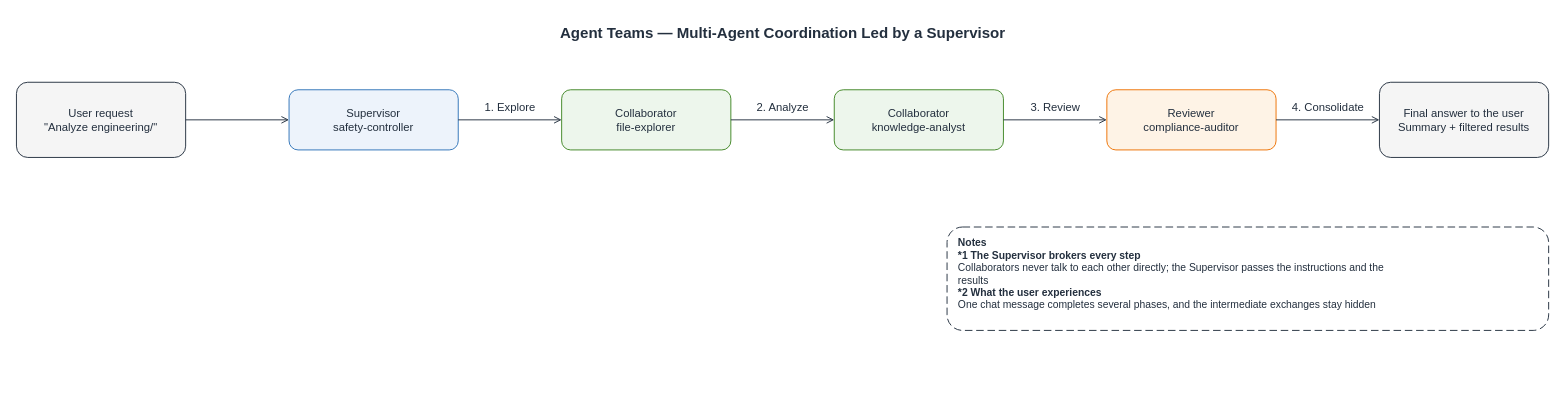
This is docs/diagrams/part3-agent-teams-en.drawio from Yoshiki0705/FSx-for-ONTAP-S3AccessPoints-Serverless-Patterns, a draw.io file, before an edit. Source tidied: cells renumbered, new cells numbered last; positions are measured from the earlier drawing's top-left corner, leaving out a move shared by most shapes. Both pictures are drawn from the tidied source at 94%, with x=0, y=0 at pixel (16, 16).
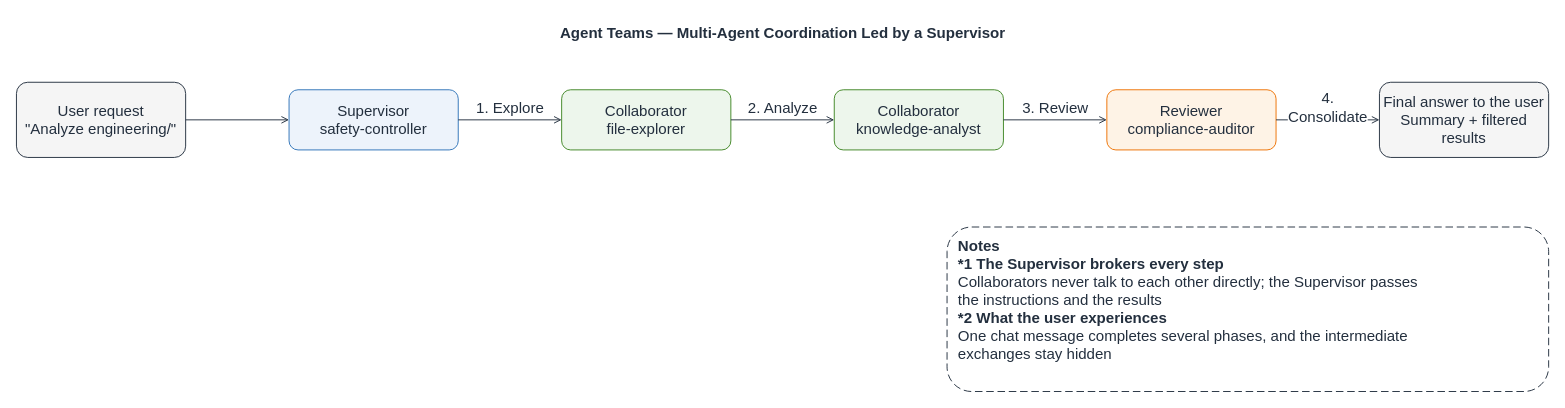
After the change.

Change to the diagram source:
```diff
@@
 <mxGraphModel background="#FFFFFF">
   <root>
     <mxCell id="0" />
     <mxCell id="1" parent="0" />
     <mxCell id="2" value="Agent Teams — Multi-Agent Coordination Led by a Supervisor" style="text;html=1;align=center;verticalAlign=middle;fontSize=16;fontStyle=1;fontColor=#232F3E;" parent="1" vertex="1">
       <mxGeometry width="1630" height="34" as="geometry" />
     </mxCell>
-    <mxCell id="3" value="User request&lt;br&gt;&amp;quot;Analyze engineering/&amp;quot;" style="rounded=1;whiteSpace=wrap;html=1;dashed=0;strokeColor=#232F3E;fillColor=#F5F5F5;align=center;verticalAlign=middle;fontSize=12;fontColor=#232F3E;" parent="1" vertex="1">
+    <mxCell id="3" value="User request&lt;br&gt;&amp;quot;Analyze engineering/&amp;quot;" style="rounded=1;whiteSpace=wrap;html=1;dashed=0;strokeColor=#232F3E;fillColor=#F5F5F5;align=center;verticalAlign=middle;fontSize=16;fontColor=#232F3E;" parent="1" vertex="1">
       <mxGeometry y="70" width="180" height="80" as="geometry" />
     </mxCell>
-    <mxCell id="4" value="Supervisor&lt;br&gt;safety-controller" style="rounded=1;whiteSpace=wrap;html=1;dashed=0;strokeColor=#2E73B8;fillColor=#EDF3FB;align=center;verticalAlign=middle;fontSize=12;fontColor=#232F3E;" parent="1" vertex="1">
+    <mxCell id="4" value="Supervisor&lt;br&gt;safety-controller" style="rounded=1;whiteSpace=wrap;html=1;dashed=0;strokeColor=#2E73B8;fillColor=#EDF3FB;align=center;verticalAlign=middle;fontSize=16;fontColor=#232F3E;" parent="1" vertex="1">
       <mxGeometry x="290" y="78" width="180" height="64" as="geometry" />
     </mxCell>
-    <mxCell id="5" value="Collaborator&lt;br&gt;file-explorer" style="rounded=1;whiteSpace=wrap;html=1;dashed=0;strokeColor=#3F8624;fillColor=#EDF6EC;align=center;verticalAlign=middle;fontSize=12;fontColor=#232F3E;" parent="1" vertex="1">
+    <mxCell id="5" value="Collaborator&lt;br&gt;file-explorer" style="rounded=1;whiteSpace=wrap;html=1;dashed=0;strokeColor=#3F8624;fillColor=#EDF6EC;align=center;verticalAlign=middle;fontSize=16;fontColor=#232F3E;" parent="1" vertex="1">
       <mxGeometry x="580" y="78" width="180" height="64" as="geometry" />
     </mxCell>
-    <mxCell id="6" value="Collaborator&lt;br&gt;knowledge-analyst" style="rounded=1;whiteSpace=wrap;html=1;dashed=0;strokeColor=#3F8624;fillColor=#EDF6EC;align=center;verticalAlign=middle;fontSize=12;fontColor=#232F3E;" parent="1" vertex="1">
+    <mxCell id="6" value="Collaborator&lt;br&gt;knowledge-analyst" style="rounded=1;whiteSpace=wrap;html=1;dashed=0;strokeColor=#3F8624;fillColor=#EDF6EC;align=center;verticalAlign=middle;fontSize=16;fontColor=#232F3E;" parent="1" vertex="1">
       <mxGeometry x="870" y="78" width="180" height="64" as="geometry" />
     </mxCell>
-    <mxCell id="7" value="Reviewer&lt;br&gt;compliance-auditor" style="rounded=1;whiteSpace=wrap;html=1;dashed=0;strokeColor=#ED7100;fillColor=#FEF3E6;align=center;verticalAlign=middle;fontSize=12;fontColor=#232F3E;" parent="1" vertex="1">
+    <mxCell id="7" value="Reviewer&lt;br&gt;compliance-auditor" style="rounded=1;whiteSpace=wrap;html=1;dashed=0;strokeColor=#ED7100;fillColor=#FEF3E6;align=center;verticalAlign=middle;fontSize=16;fontColor=#232F3E;" parent="1" vertex="1">
       <mxGeometry x="1160" y="78" width="180" height="64" as="geometry" />
     </mxCell>
-    <mxCell id="8" value="Final answer to the user&lt;br&gt;Summary + filtered results" style="rounded=1;whiteSpace=wrap;html=1;dashed=0;strokeColor=#232F3E;fillColor=#F5F5F5;align=center;verticalAlign=middle;fontSize=12;fontColor=#232F3E;" parent="1" vertex="1">
+    <mxCell id="8" value="Final answer to the user&lt;br&gt;Summary + filtered results" style="rounded=1;whiteSpace=wrap;html=1;dashed=0;strokeColor=#232F3E;fillColor=#F5F5F5;align=center;verticalAlign=middle;fontSize=16;fontColor=#232F3E;" parent="1" vertex="1">
       <mxGeometry x="1450" y="70" width="180" height="80" as="geometry" />
     </mxCell>
-    <mxCell id="9" style="edgeStyle=orthogonalEdgeStyle;rounded=0;jettySize=auto;html=1;endArrow=open;endFill=0;strokeColor=#232F3E;strokeWidth=1;fontSize=12;fontColor=#232F3E;labelBackgroundColor=#ffffff;" parent="1" edge="1" source="3" target="4">
+    <mxCell id="9" style="edgeStyle=orthogonalEdgeStyle;rounded=0;jettySize=auto;html=1;endArrow=open;endFill=0;strokeColor=#232F3E;strokeWidth=1;fontSize=16;fontColor=#232F3E;labelBackgroundColor=#ffffff;" parent="1" edge="1" source="3" target="4">
       <mxGeometry relative="1" as="geometry" />
     </mxCell>
-    <mxCell id="10" value="1. Explore" style="edgeStyle=orthogonalEdgeStyle;rounded=0;jettySize=auto;html=1;endArrow=open;endFill=0;strokeColor=#232F3E;strokeWidth=1;fontSize=12;fontColor=#232F3E;labelBackgroundColor=#ffffff;" parent="1" edge="1" source="4" target="5">
+    <mxCell id="10" value="1. Explore" style="edgeStyle=orthogonalEdgeStyle;rounded=0;jettySize=auto;html=1;endArrow=open;endFill=0;strokeColor=#232F3E;strokeWidth=1;fontSize=16;fontColor=#232F3E;labelBackgroundColor=#ffffff;" parent="1" edge="1" source="4" target="5">
       <mxGeometry relative="1" as="geometry">
         <mxPoint y="-13" as="offset" />
       </mxGeometry>
     </mxCell>
-    <mxCell id="11" value="2. Analyze" style="edgeStyle=orthogonalEdgeStyle;rounded=0;jettySize=auto;html=1;endArrow=open;endFill=0;strokeColor=#232F3E;strokeWidth=1;fontSize=12;fontColor=#232F3E;labelBackgroundColor=#ffffff;" parent="1" edge="1" source="5" target="6">
+    <mxCell id="11" value="2. Analyze" style="edgeStyle=orthogonalEdgeStyle;rounded=0;jettySize=auto;html=1;endArrow=open;endFill=0;strokeColor=#232F3E;strokeWidth=1;fontSize=16;fontColor=#232F3E;labelBackgroundColor=#ffffff;" parent="1" edge="1" source="5" target="6">
       <mxGeometry relative="1" as="geometry">
         <mxPoint y="-13" as="offset" />
       </mxGeometry>
     </mxCell>
-    <mxCell id="12" value="3. Review" style="edgeStyle=orthogonalEdgeStyle;rounded=0;jettySize=auto;html=1;endArrow=open;endFill=0;strokeColor=#232F3E;strokeWidth=1;fontSize=12;fontColor=#232F3E;labelBackgroundColor=#ffffff;" parent="1" edge="1" source="6" target="7">
+    <mxCell id="12" value="3. Review" style="edgeStyle=orthogonalEdgeStyle;rounded=0;jettySize=auto;html=1;endArrow=open;endFill=0;strokeColor=#232F3E;strokeWidth=1;fontSize=16;fontColor=#232F3E;labelBackgroundColor=#ffffff;" parent="1" edge="1" source="6" target="7">
       <mxGeometry relative="1" as="geometry">
         <mxPoint y="-13" as="offset" />
       </mxGeometry>
     </mxCell>
-    <mxCell id="13" value="4. Consolidate" style="edgeStyle=orthogonalEdgeStyle;rounded=0;jettySize=auto;html=1;endArrow=open;endFill=0;strokeColor=#232F3E;strokeWidth=1;fontSize=12;fontColor=#232F3E;labelBackgroundColor=#ffffff;" parent="1" edge="1" source="7" target="8">
+    <mxCell id="13" value="4.&lt;br&gt;Consolidate" style="edgeStyle=orthogonalEdgeStyle;rounded=0;jettySize=auto;html=1;endArrow=open;endFill=0;strokeColor=#232F3E;strokeWidth=1;fontSize=16;fontColor=#232F3E;labelBackgroundColor=#ffffff;" parent="1" edge="1" source="7" target="8">
       <mxGeometry relative="1" as="geometry">
         <mxPoint y="-13" as="offset" />
       </mxGeometry>
     </mxCell>
-    <mxCell id="14" value="&lt;b&gt;Notes&lt;/b&gt;&lt;br&gt;&lt;b&gt;*1 The Supervisor brokers every step&lt;/b&gt;&lt;br&gt;Collaborators never talk to each other directly; the Supervisor passes the instructions and the&lt;br&gt;results&lt;br&gt;&lt;b&gt;*2 What the user experiences&lt;/b&gt;&lt;br&gt;One chat message completes several phases, and the intermediate exchanges stay hidden" style="rounded=1;whiteSpace=wrap;html=1;dashed=1;dashPattern=8 4;strokeColor=#232F3E;fillColor=#FFFFFF;align=left;verticalAlign=top;spacingLeft=10;spacingTop=4;fontSize=11;fontColor=#232F3E;" parent="1" vertex="1">
-      <mxGeometry x="990" y="224" width="640" height="110" as="geometry" />
+    <mxCell id="14" value="&lt;b&gt;Notes&lt;/b&gt;&lt;br&gt;&lt;b&gt;*1 The Supervisor brokers every step&lt;/b&gt;&lt;br&gt;Collaborators never talk to each other directly; the Supervisor passes&lt;br&gt;the instructions and the results&lt;br&gt;&lt;b&gt;*2 What the user experiences&lt;/b&gt;&lt;br&gt;One chat message completes several phases, and the intermediate&lt;br&gt;exchanges stay hidden" style="rounded=1;whiteSpace=wrap;html=1;dashed=1;dashPattern=8 4;strokeColor=#232F3E;fillColor=#FFFFFF;align=left;verticalAlign=top;spacingLeft=10;spacingTop=4;fontSize=16;fontColor=#232F3E;" parent="1" vertex="1">
+      <mxGeometry x="990" y="224" width="640" height="175" as="geometry" />
     </mxCell>
   </root>
 </mxGraphModel>
```
